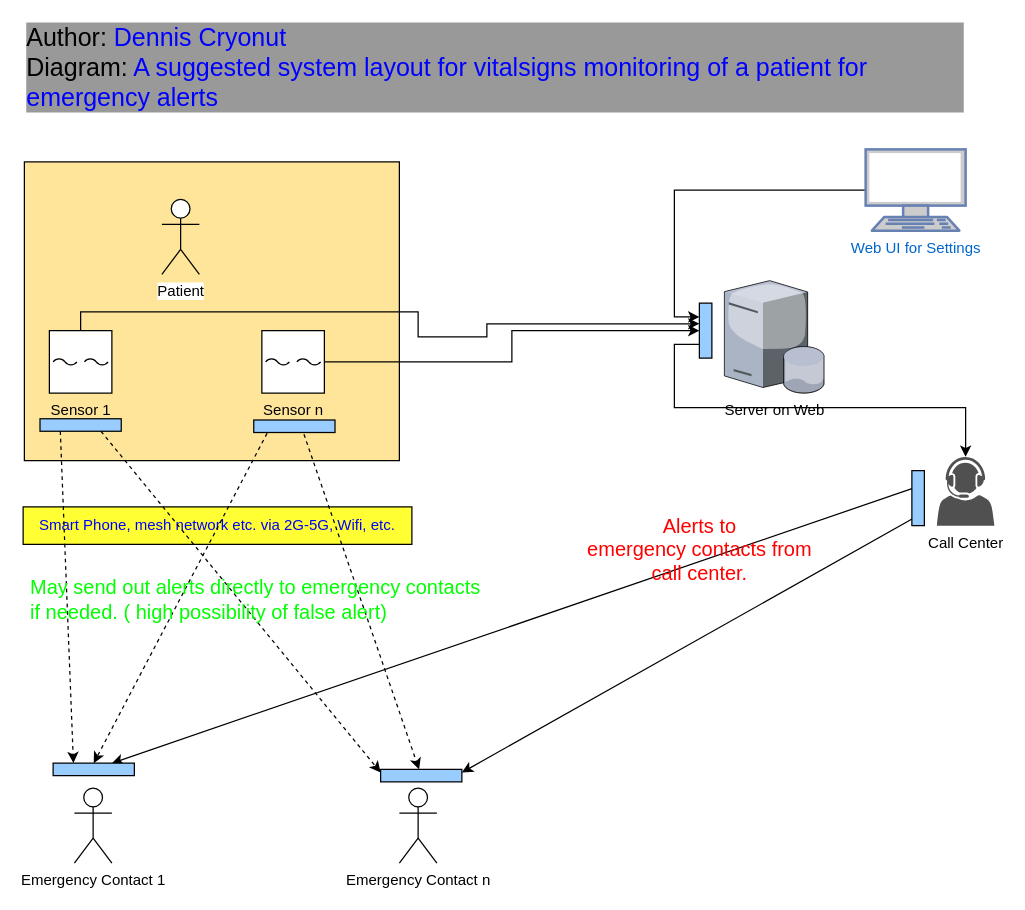
DennisMat/VitalSigns keeps this draw.io diagram as docs/VitalSignsAlertSystem.drawio. Above is the earlier version. Source tidied: cells renumbered, new cells numbered last; positions are measured from the earlier drawing's top-left corner, leaving out a move shared by most shapes. Both pictures are drawn from the tidied source at 125%, with x=0, y=0 at pixel (22, 22).
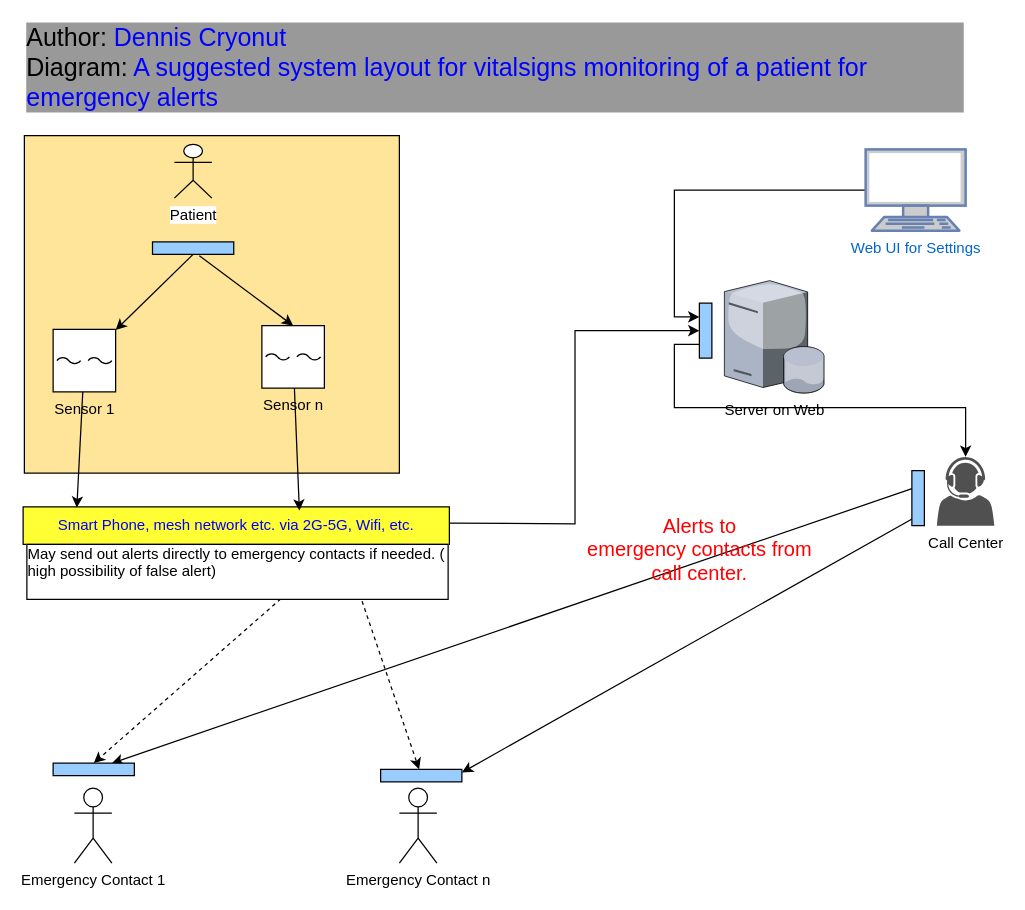
After the change.

The change refers to these unchanged cells:
```xml
<mxCell id="24" style="rounded=0;whiteSpace=wrap;html=1;fontColor=#0000FF;labelBackgroundColor=#0000CC;fillColor=#99CCFF;" parent="1" vertex="1">
  <mxGeometry x="24" y="592" width="65" height="10" as="geometry" />
</mxCell>
<mxCell id="26" style="rounded=0;whiteSpace=wrap;html=1;fontColor=#0000FF;labelBackgroundColor=#0000CC;fillColor=#99CCFF;" parent="1" vertex="1">
  <mxGeometry x="286" y="597" width="65" height="10" as="geometry" />
</mxCell>
<mxCell id="28" style="rounded=0;whiteSpace=wrap;html=1;fontColor=#0000FF;labelBackgroundColor=#0000CC;fillColor=#99CCFF;" parent="1" vertex="1">
  <mxGeometry x="541" y="224" width="10" height="44" as="geometry" />
</mxCell>
```

Change to the diagram source:
```diff
@@
-<mxGraphModel>
+<mxGraphModel background="#ffffff">
@@
     <mxCell id="2" value="Smart Phone, mesh network etc. via 2G-5G, Wifi, etc." style="rounded=0;whiteSpace=wrap;html=1;labelBackgroundColor=none;fillColor=#FFFF33;fontColor=#0000FF;" parent="1" vertex="1">
-      <mxGeometry y="387" width="311" height="30" as="geometry" />
+      <mxGeometry y="387" width="341" height="30" as="geometry" />
     </mxCell>
     <mxCell id="3" style="rounded=0;whiteSpace=wrap;html=1;labelBackgroundColor=#0000CC;fillColor=#FFE599;fontColor=#0000FF;" parent="1" vertex="1">
-      <mxGeometry x="1" y="111" width="300" height="239" as="geometry" />
+      <mxGeometry x="1" y="90" width="300" height="270" as="geometry" />
     </mxCell>
     <mxCell id="4" value="Patient" style="shape=umlActor;verticalLabelPosition=bottom;labelBackgroundColor=#ffffff;verticalAlign=top;html=1;" parent="1" vertex="1">
-      <mxGeometry x="111" y="141" width="30" height="60" as="geometry" />
+      <mxGeometry x="121" y="97" width="30" height="43" as="geometry" />
     </mxCell>
-    <mxCell id="5" style="edgeStyle=orthogonalEdgeStyle;rounded=0;jettySize=auto;html=1;strokeColor=#000000;entryX=0;entryY=0.375;entryDx=0;entryDy=0;entryPerimeter=0;" parent="1" edge="1" source="6" target="28">
-      <mxGeometry relative="1" as="geometry">
-        <Array as="points">
-          <mxPoint x="46" y="231" />
-          <mxPoint x="316" y="231" />
-          <mxPoint x="316" y="251" />
-          <mxPoint x="371" y="251" />
-        </Array>
-      </mxGeometry>
-    </mxCell>
     <mxCell id="6" value="Sensor 1" style="verticalLabelPosition=bottom;align=center;outlineConnect=0;dashed=0;html=1;verticalAlign=top;shape=mxgraph.pid.flow_sensors.ultrasonic;" parent="1" vertex="1">
-      <mxGeometry x="21" y="246" width="50" height="50" as="geometry" />
+      <mxGeometry x="24" y="245" width="50" height="50" as="geometry" />
     </mxCell>
-    <mxCell id="7" style="edgeStyle=orthogonalEdgeStyle;rounded=0;jettySize=auto;html=1;strokeColor=#000000;entryX=0;entryY=0.5;entryDx=0;entryDy=0;" parent="1" edge="1" source="8" target="28">
-      <mxGeometry relative="1" as="geometry" />
+    <mxCell id="7" style="edgeStyle=orthogonalEdgeStyle;rounded=0;jettySize=auto;html=1;strokeColor=#000000;entryX=0;entryY=0.5;entryDx=0;entryDy=0;" parent="1" edge="1" target="28">
+      <mxGeometry relative="1" as="geometry">
+        <mxPoint x="341" y="400" as="sourcePoint" />
+      </mxGeometry>
     </mxCell>
     <mxCell id="8" value="Sensor n" style="verticalLabelPosition=bottom;align=center;outlineConnect=0;dashed=0;html=1;verticalAlign=top;shape=mxgraph.pid.flow_sensors.ultrasonic;" parent="1" vertex="1">
-      <mxGeometry x="191" y="246" width="50" height="50" as="geometry" />
+      <mxGeometry x="191" y="242" width="50" height="50" as="geometry" />
     </mxCell>
@@
-    <mxCell id="14" style="endArrow=classic;html=1;dashed=1;strokeColor=#000000;exitX=0.25;exitY=1;exitDx=0;exitDy=0;entryX=0.25;entryY=0;entryDx=0;entryDy=0;" parent="1" edge="1" source="27" target="24">
-      <mxGeometry relative="1" as="geometry" />
-    </mxCell>
-    <mxCell id="15" style="endArrow=classic;html=1;dashed=1;strokeColor=#000000;entryX=0;entryY=0.25;entryDx=0;entryDy=0;exitX=0.75;exitY=1;exitDx=0;exitDy=0;" parent="1" edge="1" source="27" target="26">
-      <mxGeometry relative="1" as="geometry" />
-    </mxCell>
-    <mxCell id="16" style="endArrow=classic;html=1;dashed=1;strokeColor=#000000;entryX=0.5;entryY=0;entryDx=0;entryDy=0;exitX=0.25;exitY=0;exitDx=0;exitDy=0;" parent="1" edge="1" source="25" target="24">
+    <mxCell id="16" style="endArrow=classic;html=1;dashed=1;strokeColor=#000000;entryX=0.5;entryY=0;entryDx=0;entryDy=0;exitX=0.75;exitY=1;exitDx=0;exitDy=0;" parent="1" edge="1" source="2" target="24">
       <mxGeometry relative="1" as="geometry" />
     </mxCell>
-    <mxCell id="17" style="endArrow=classic;html=1;dashed=1;strokeColor=#000000;exitX=0.618;exitY=1.139;exitDx=0;exitDy=0;exitPerimeter=0;" parent="1" edge="1" source="25" target="26">
+    <mxCell id="17" style="endArrow=classic;html=1;dashed=1;strokeColor=#000000;exitX=0.75;exitY=1;exitDx=0;exitDy=0;" parent="1" edge="1" source="2" target="26">
       <mxGeometry relative="1" as="geometry" />
     </mxCell>
@@
-    <mxCell id="20" value="&lt;div style=&quot;font-size: 16px&quot;&gt;&lt;font style=&quot;font-size: 16px&quot; color=&quot;#00FF00&quot;&gt;May send out alerts directly to emergency contacts if needed. ( high possibility of false alert)&lt;br&gt;&lt;/font&gt;&lt;/div&gt;" style="text;html=1;strokeColor=none;fillColor=none;align=left;verticalAlign=middle;whiteSpace=wrap;rounded=0;" parent="1" vertex="1">
-      <mxGeometry x="4" y="427" width="367" height="67" as="geometry" />
+    <mxCell id="20" value="May send out alerts directly to emergency contacts if needed. ( high possibility of false alert)&#10;" style="text;strokeColor=none;fillColor=none;align=left;verticalAlign=middle;whiteSpace=wrap;rounded=0;labelBackgroundColor=default;labelBorderColor=default;" parent="1" vertex="1">
+      <mxGeometry x="1" y="417" width="340" height="43" as="geometry" />
     </mxCell>
@@
-    <mxCell id="25" style="rounded=0;whiteSpace=wrap;html=1;fontColor=#0000FF;labelBackgroundColor=#0000CC;fillColor=#99CCFF;" parent="1" vertex="1">
-      <mxGeometry x="184.5" y="317.5" width="65" height="10" as="geometry" />
-    </mxCell>
@@
-    <mxCell id="27" style="rounded=0;whiteSpace=wrap;html=1;fontColor=#0000FF;labelBackgroundColor=#0000CC;fillColor=#99CCFF;" parent="1" vertex="1">
-      <mxGeometry x="13.5" y="316.5" width="65" height="10" as="geometry" />
-    </mxCell>
@@
+    <mxCell id="31" style="endArrow=classic;html=1;rounded=0;entryX=0.126;entryY=0.02;entryDx=0;entryDy=0;entryPerimeter=0;" parent="1" edge="1" source="6" target="2">
+      <mxGeometry relative="1" as="geometry" />
+    </mxCell>
+    <mxCell id="32" style="endArrow=classic;html=1;rounded=0;" parent="1" edge="1" source="8">
+      <mxGeometry relative="1" as="geometry">
+        <mxPoint x="221" y="390" as="targetPoint" />
+      </mxGeometry>
+    </mxCell>
+    <mxCell id="33" style="endArrow=classic;html=1;rounded=0;entryX=0.5;entryY=0;entryDx=0;entryDy=0;entryPerimeter=0;exitX=0.577;exitY=1.119;exitDx=0;exitDy=0;exitPerimeter=0;" parent="1" edge="1" source="35" target="8">
+      <mxGeometry relative="1" as="geometry" />
+    </mxCell>
+    <mxCell id="34" style="endArrow=classic;html=1;rounded=0;exitX=0.5;exitY=1;exitDx=0;exitDy=0;" parent="1" edge="1" source="35" target="6">
+      <mxGeometry relative="1" as="geometry" />
+    </mxCell>
+    <mxCell id="35" style="rounded=0;whiteSpace=wrap;html=1;fontColor=#0000FF;labelBackgroundColor=#0000CC;fillColor=#99CCFF;" parent="1" vertex="1">
+      <mxGeometry x="103.5" y="175" width="65" height="10" as="geometry" />
+    </mxCell>
```
